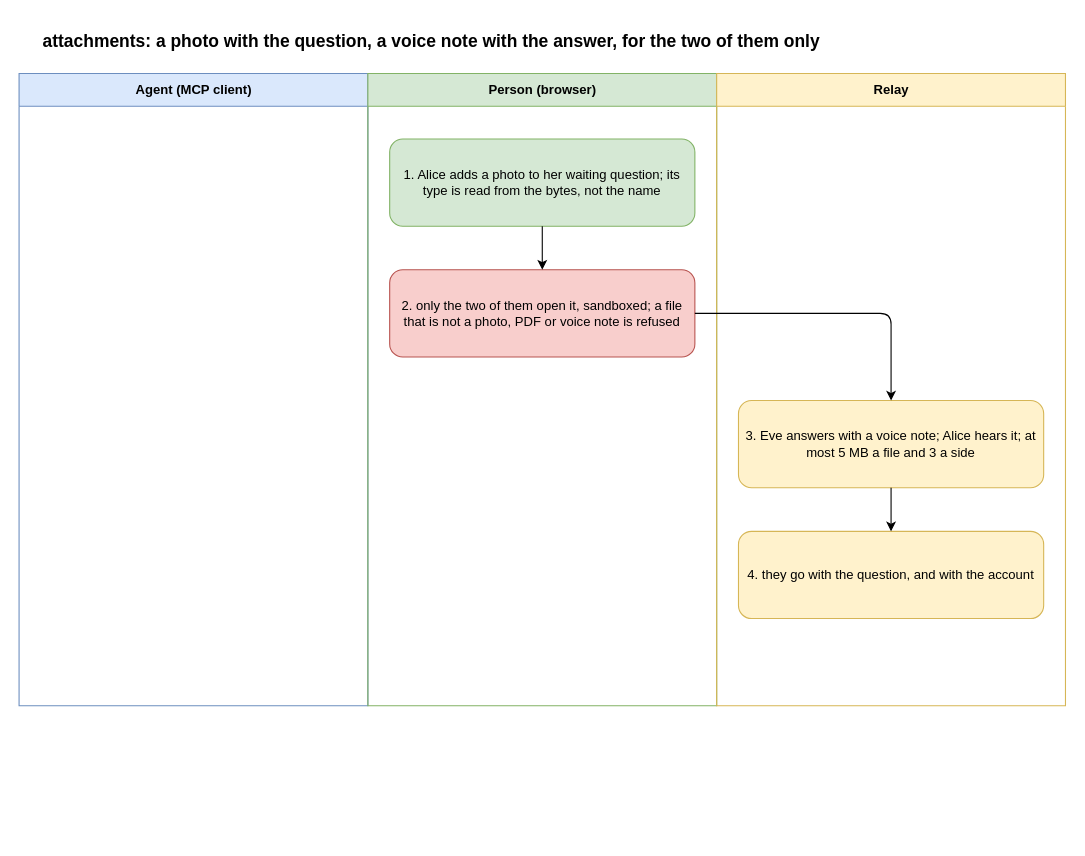
Above: docs/flows/attachments.drawio in gizemsoylutr/klatsch (draw.io), before the change. Source tidied: cells renumbered, new cells numbered last; positions are measured from the earlier drawing's top-left corner, leaving out a move shared by most shapes. Both pictures are drawn from the tidied source at 109%, with x=0, y=0 at pixel (19, 19).
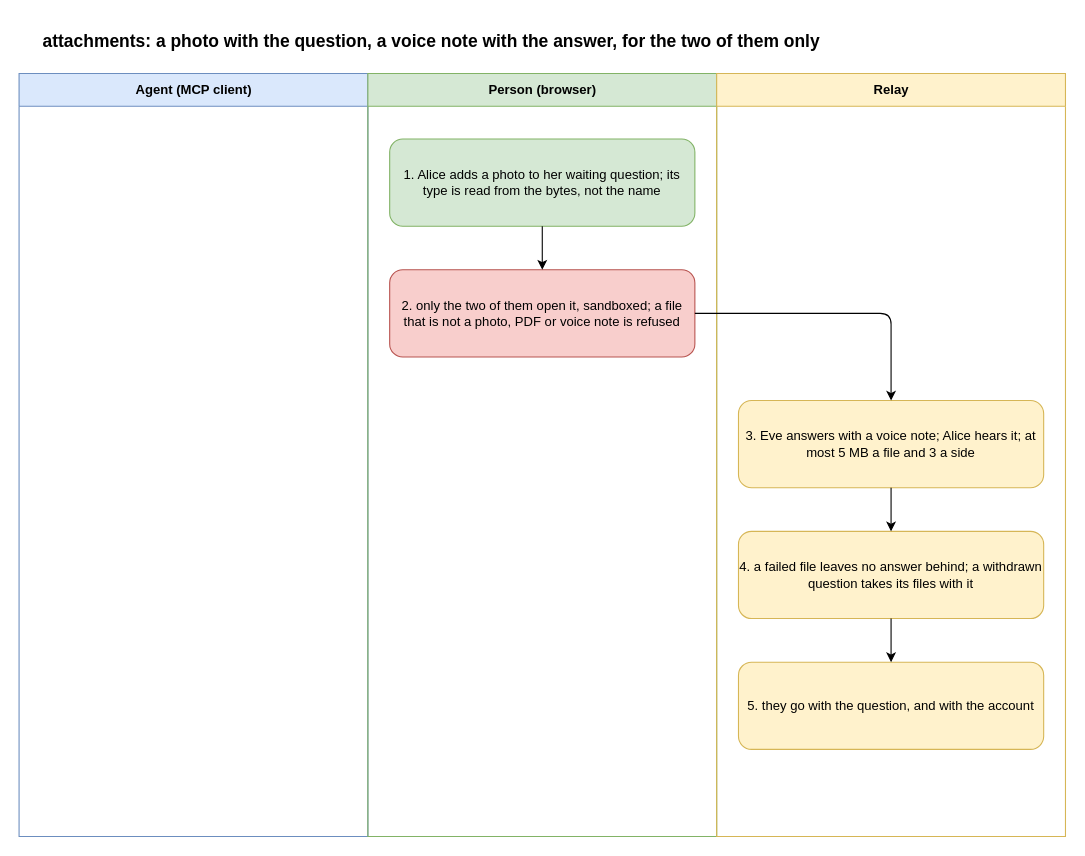
The same diagram, later.

Change to the diagram source:
```diff
@@
 <mxGraphModel>
   <root>
     <mxCell id="0" />
     <mxCell id="1" parent="0" />
     <mxCell id="2" value="attachments: a photo with the question, a voice note with the answer, for the two of them only" style="text;html=1;fontSize=16;fontStyle=1;align=left;verticalAlign=middle;whiteSpace=wrap;" parent="1" vertex="1">
       <mxGeometry x="20" width="920" height="40" as="geometry" />
     </mxCell>
     <mxCell id="3" value="Agent (MCP client)" style="swimlane;html=1;startSize=30;fillColor=#dae8fc;strokeColor=#6c8ebf;swimlaneFillColor=none;" parent="1" vertex="1">
-      <mxGeometry y="50" width="320" height="580" as="geometry" />
+      <mxGeometry y="50" width="320" height="700" as="geometry" />
     </mxCell>
     <mxCell id="4" value="Person (browser)" style="swimlane;html=1;startSize=30;fillColor=#d5e8d4;strokeColor=#82b366;swimlaneFillColor=none;" parent="1" vertex="1">
-      <mxGeometry x="320" y="50" width="320" height="580" as="geometry" />
+      <mxGeometry x="320" y="50" width="320" height="700" as="geometry" />
     </mxCell>
     <mxCell id="5" value="Relay" style="swimlane;html=1;startSize=30;fillColor=#fff2cc;strokeColor=#d6b656;swimlaneFillColor=none;" parent="1" vertex="1">
-      <mxGeometry x="640" y="50" width="320" height="580" as="geometry" />
+      <mxGeometry x="640" y="50" width="320" height="700" as="geometry" />
     </mxCell>
     <mxCell id="6" value="1. Alice adds a photo to her waiting question; its type is read from the bytes, not the name" style="rounded=1;whiteSpace=wrap;html=1;fillColor=#d5e8d4;strokeColor=#82b366;fontSize=12;" parent="1" vertex="1">
       <mxGeometry x="340" y="110" width="280" height="80" as="geometry" />
     </mxCell>
     <mxCell id="7" value="2. only the two of them open it, sandboxed; a file that is not a photo, PDF or voice note is refused" style="rounded=1;whiteSpace=wrap;html=1;fillColor=#f8cecc;strokeColor=#b85450;fontSize=12;" parent="1" vertex="1">
       <mxGeometry x="340" y="230" width="280" height="80" as="geometry" />
     </mxCell>
     <mxCell id="8" style="edgeStyle=orthogonalEdgeStyle;rounded=1;html=1;endArrow=classic;" parent="1" edge="1" source="6" target="7">
       <mxGeometry relative="1" as="geometry" />
     </mxCell>
     <mxCell id="9" value="3. Eve answers with a voice note; Alice hears it; at most 5 MB a file and 3 a side" style="rounded=1;whiteSpace=wrap;html=1;fillColor=#fff2cc;strokeColor=#d6b656;fontSize=12;" parent="1" vertex="1">
       <mxGeometry x="660" y="350" width="280" height="80" as="geometry" />
     </mxCell>
     <mxCell id="10" style="edgeStyle=orthogonalEdgeStyle;rounded=1;html=1;endArrow=classic;" parent="1" edge="1" source="7" target="9">
       <mxGeometry relative="1" as="geometry" />
     </mxCell>
-    <mxCell id="11" value="4. they go with the question, and with the account" style="rounded=1;whiteSpace=wrap;html=1;fillColor=#fff2cc;strokeColor=#d6b656;fontSize=12;" parent="1" vertex="1">
+    <mxCell id="11" value="4. a failed file leaves no answer behind; a withdrawn question takes its files with it" style="rounded=1;whiteSpace=wrap;html=1;fillColor=#fff2cc;strokeColor=#d6b656;fontSize=12;" parent="1" vertex="1">
       <mxGeometry x="660" y="470" width="280" height="80" as="geometry" />
     </mxCell>
     <mxCell id="12" style="edgeStyle=orthogonalEdgeStyle;rounded=1;html=1;endArrow=classic;" parent="1" edge="1" source="9" target="11">
       <mxGeometry relative="1" as="geometry" />
     </mxCell>
+    <mxCell id="13" value="5. they go with the question, and with the account" style="rounded=1;whiteSpace=wrap;html=1;fillColor=#fff2cc;strokeColor=#d6b656;fontSize=12;" parent="1" vertex="1">
+      <mxGeometry x="660" y="590" width="280" height="80" as="geometry" />
+    </mxCell>
+    <mxCell id="14" style="edgeStyle=orthogonalEdgeStyle;rounded=1;html=1;endArrow=classic;" parent="1" edge="1" source="11" target="13">
+      <mxGeometry relative="1" as="geometry" />
+    </mxCell>
   </root>
 </mxGraphModel>
```
